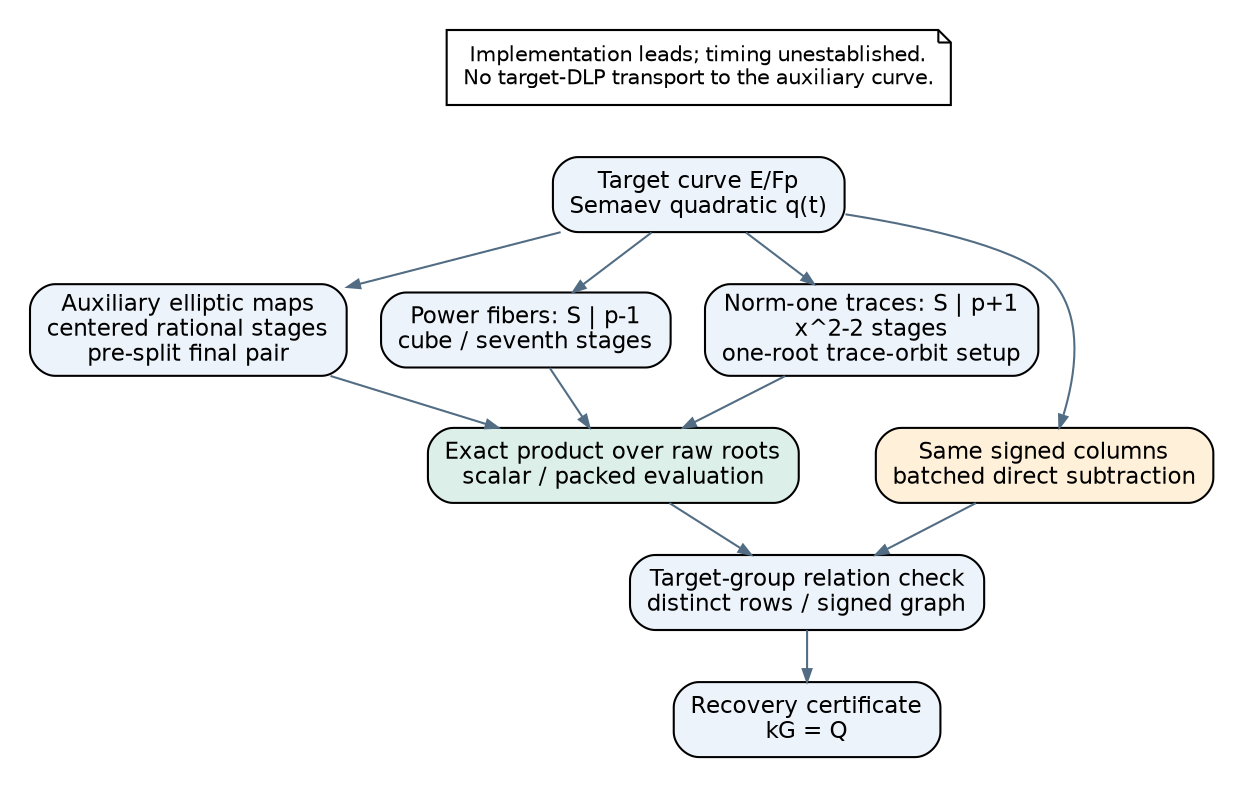
isogeny-labs/cryptanalysis keeps this Graphviz diagram as experiments/prime-field-auxiliary-ic/rust-validation/field-fibers-20261115/pipeline.png. Above is the earlier version. Its source is kept beside it as experiments/prime-field-auxiliary-ic/rust-validation/field-fibers-20261115/pipeline.dot. Source of this version:
```dot
digraph IC {
  graph [rankdir=TB, bgcolor="white", pad=0.2, nodesep=0.22, ranksep=0.35];
  node [shape=box, style="rounded,filled", fillcolor="#edf3fa", fontname="DejaVu Sans", fontsize=11];
  edge [color="#526d83", arrowsize=0.6];
  target [label="Target curve E/Fp\nSemaev quadratic q(t)"];
  aux [label="Auxiliary elliptic maps\ncentered rational stages\npre-split final pair"];
  power [label="Power fibers: S | p-1\ncube / seventh stages"];
  torus [label="Norm-one traces: S | p+1\nx^2-2 stages\none-root trace-orbit setup"];
  values [label="Exact product over raw roots\nscalar / packed evaluation", fillcolor="#dcefe9"];
  direct [label="Same signed columns\nbatched direct subtraction", fillcolor="#fff0d9"];
  check [label="Target-group relation check\ndistinct rows / signed graph"];
  scalar [label="Recovery certificate\nkG = Q"];
  note -> target [style=invis];
  target -> {aux power torus direct};
  {aux power torus} -> values;
  values -> check;
  direct -> check;
  check -> scalar;
  note [shape=note, label="Implementation leads; timing unestablished.\nNo target-DLP transport to the auxiliary curve.", fillcolor="#ffffff", fontsize=10];
}
```
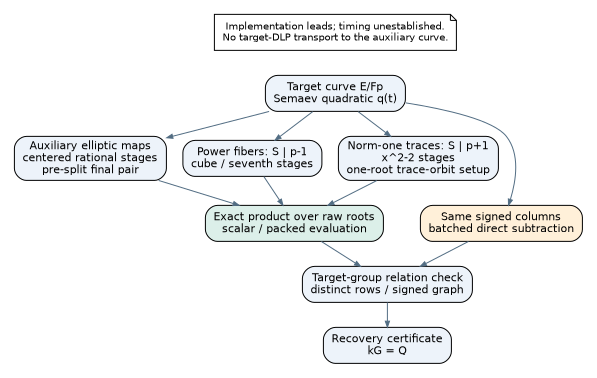
The same diagram one commit later.

The edit, as a diff of the source:
```diff
@@ -1,6 +1,6 @@
 digraph IC {
   graph [rankdir=TB, bgcolor="white", pad=0.2, nodesep=0.22, ranksep=0.35];
-  node [shape=box, style="rounded,filled", fillcolor="#edf3fa", fontname="DejaVu Sans", fontsize=11];
+  node [shape=box, style="rounded,filled", fillcolor="#edf3fa", fontname="Helvetica", fontsize=11];
   edge [color="#526d83", arrowsize=0.6];
   target [label="Target curve E/Fp\nSemaev quadratic q(t)"];
   aux [label="Auxiliary elliptic maps\ncentered rational stages\npre-split final pair"];
```
